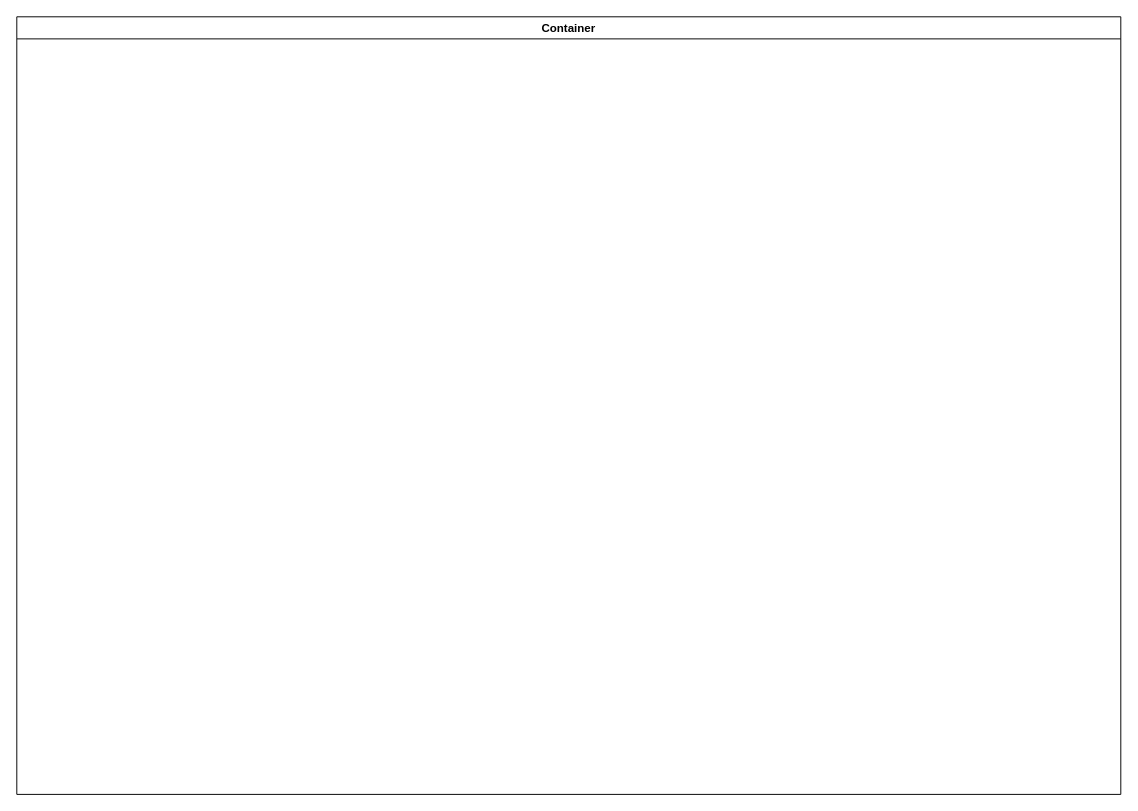
Earlier version of the draw.io diagram LC-PROC-STOCK TAKING.drawio (kmagua/flowcharts). Source tidied: cells renumbered, new cells numbered last; positions are measured from the earlier drawing's top-left corner, leaving out a move shared by most shapes. Both pictures are drawn from the tidied source at 96%, with x=0, y=0 at pixel (16, 16).
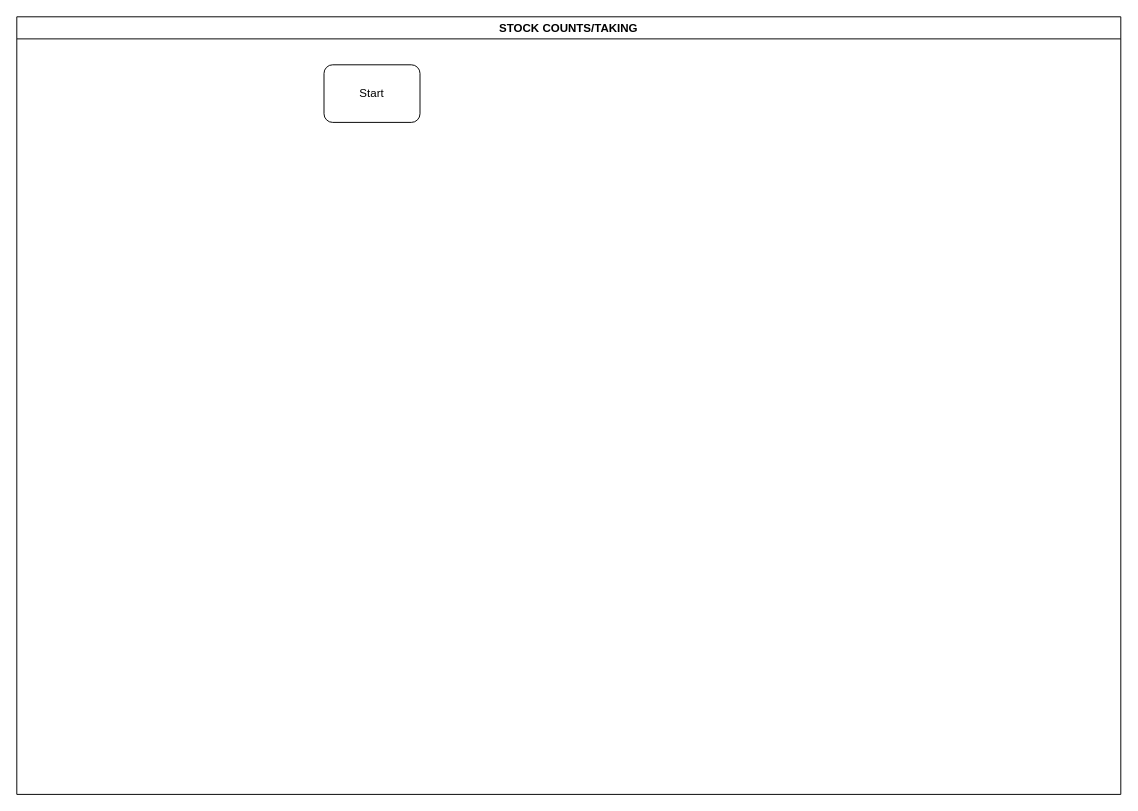
The same page after the edit.

The edit, as a diff of the source:
```diff
@@
 <mxGraphModel>
   <root>
     <mxCell id="0" />
     <mxCell id="1" parent="0" />
-    <mxCell id="2" value="Container" style="swimlane;" parent="1" vertex="1">
+    <mxCell id="2" value="STOCK COUNTS/TAKING" style="swimlane;" parent="1" vertex="1">
       <mxGeometry width="1150" height="810" as="geometry" />
     </mxCell>
+    <mxCell id="3" value="Start" style="rounded=1;whiteSpace=wrap;html=1;" parent="2" vertex="1">
+      <mxGeometry x="320" y="50" width="100" height="60" as="geometry" />
+    </mxCell>
   </root>
 </mxGraphModel>
```
